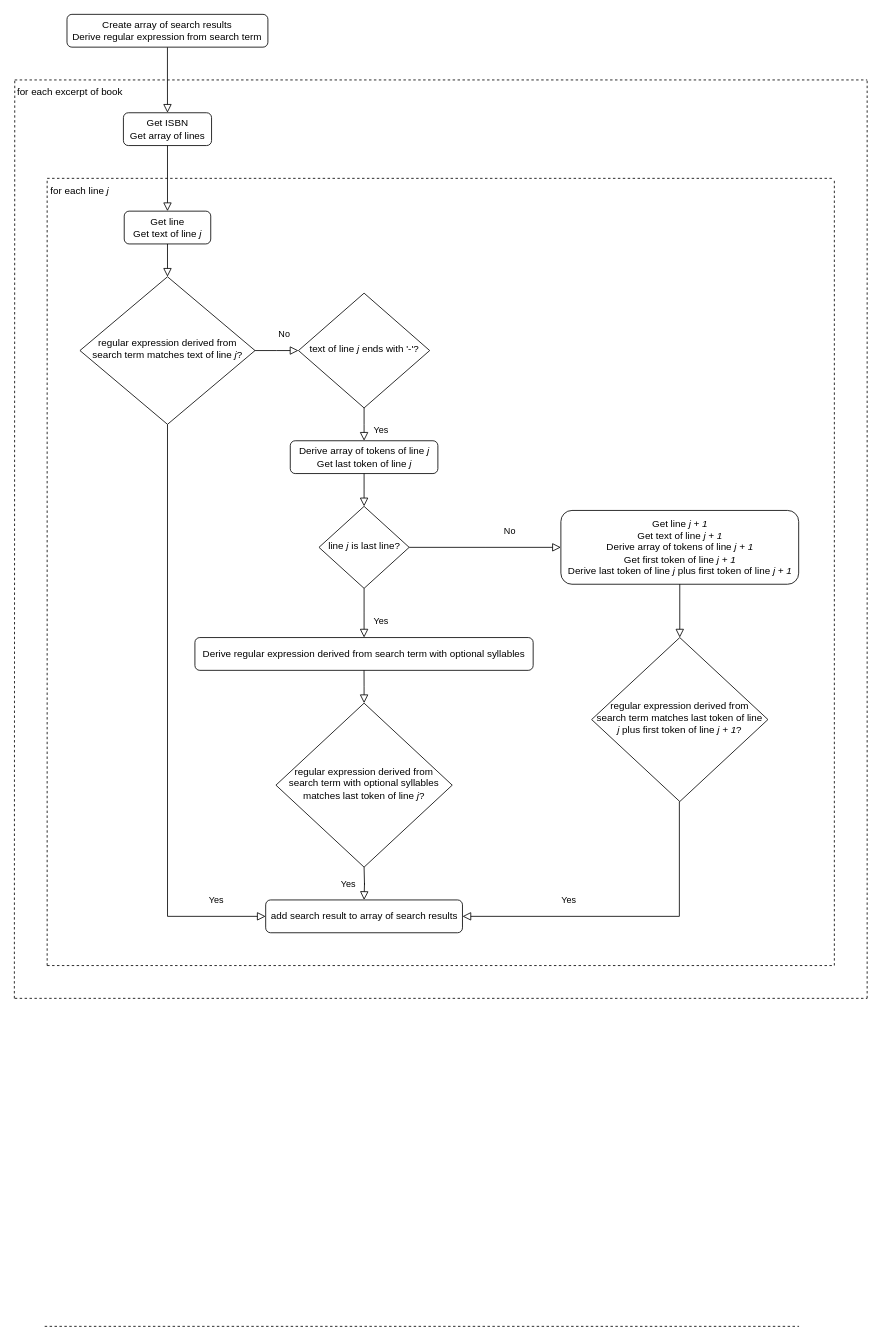
This is Flow_Chart_For_findSearchTermInBooks.drawio from tslever/usdc-find-search-term-in-books, a draw.io file, before an edit. Source tidied: cells renumbered, new cells numbered last; positions are measured from the earlier drawing's top-left corner, leaving out a move shared by most shapes. Both pictures are drawn from the tidied source at 82%, with x=0, y=0 at pixel (14, 14).
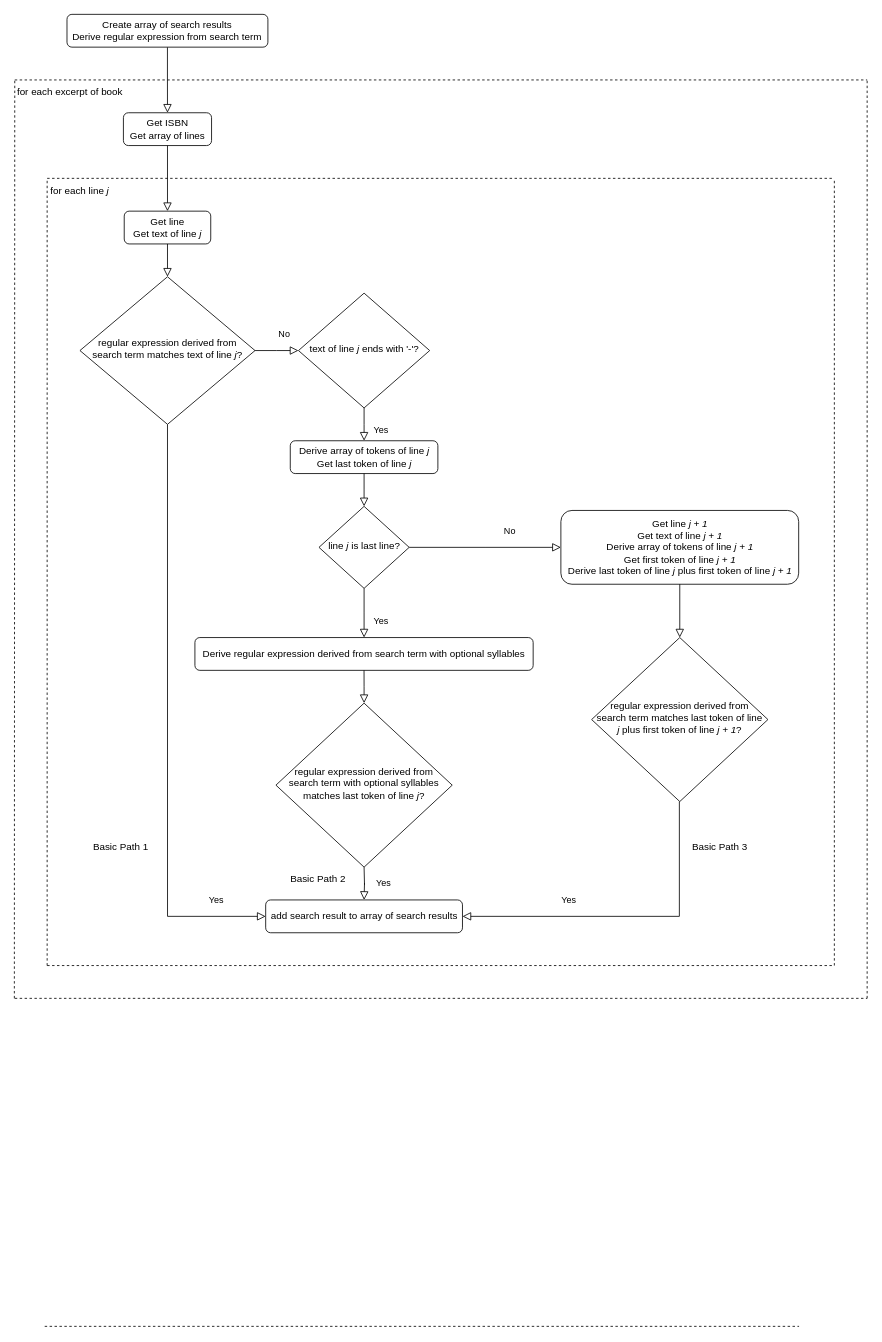
After the change.

Commit message:
Added basic paths to Flow Chart For findSearchTermInBooks

What changed in the source:
```diff
@@
     <mxCell id="23" value="Yes" style="rounded=0;html=1;jettySize=auto;orthogonalLoop=1;fontSize=11;endArrow=block;endFill=0;endSize=8;strokeWidth=1;shadow=0;labelBackgroundColor=none;edgeStyle=orthogonalEdgeStyle;exitX=0.5;exitY=1;exitDx=0;exitDy=0;" parent="1" edge="1">
-      <mxGeometry y="20" relative="1" as="geometry">
+      <mxGeometry x="0.05" y="23" relative="1" as="geometry">
         <mxPoint x="426.5" y="1040" as="sourcePoint" />
         <mxPoint x="426.5" y="1080" as="targetPoint" />
+        <mxPoint y="-1" as="offset" />
       </mxGeometry>
     </mxCell>
@@
+    <mxCell id="38" value="Basic Path 1" style="text;html=1;strokeColor=none;fillColor=none;align=center;verticalAlign=middle;whiteSpace=wrap;rounded=0;" parent="1" vertex="1">
+      <mxGeometry x="90" y="1000" width="80" height="30" as="geometry" />
+    </mxCell>
+    <mxCell id="39" value="Basic Path 2" style="text;html=1;strokeColor=none;fillColor=none;align=center;verticalAlign=middle;whiteSpace=wrap;rounded=0;" parent="1" vertex="1">
+      <mxGeometry x="330" y="1040" width="80.5" height="30" as="geometry" />
+    </mxCell>
+    <mxCell id="40" value="Basic Path 3" style="text;html=1;strokeColor=none;fillColor=none;align=center;verticalAlign=middle;whiteSpace=wrap;rounded=0;" parent="1" vertex="1">
+      <mxGeometry x="820" y="1000" width="80.5" height="30" as="geometry" />
+    </mxCell>
```
